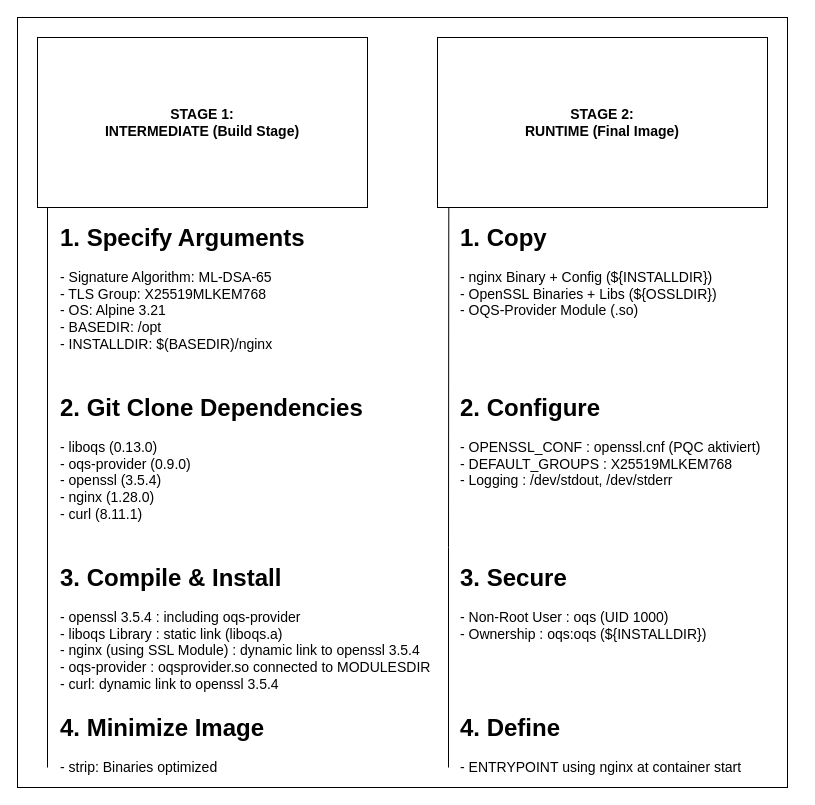
This is abbildungen/2 Stage Sidecarproxy Dockerfile.drawio from Rotot3x/MSc-Master-Thesis, a draw.io file, before an edit. Source tidied: cells renumbered, new cells numbered last; positions are measured from the earlier drawing's top-left corner, leaving out a move shared by most shapes. Both pictures are drawn from the tidied source at 100%, with x=0, y=0 at pixel (17, 17).
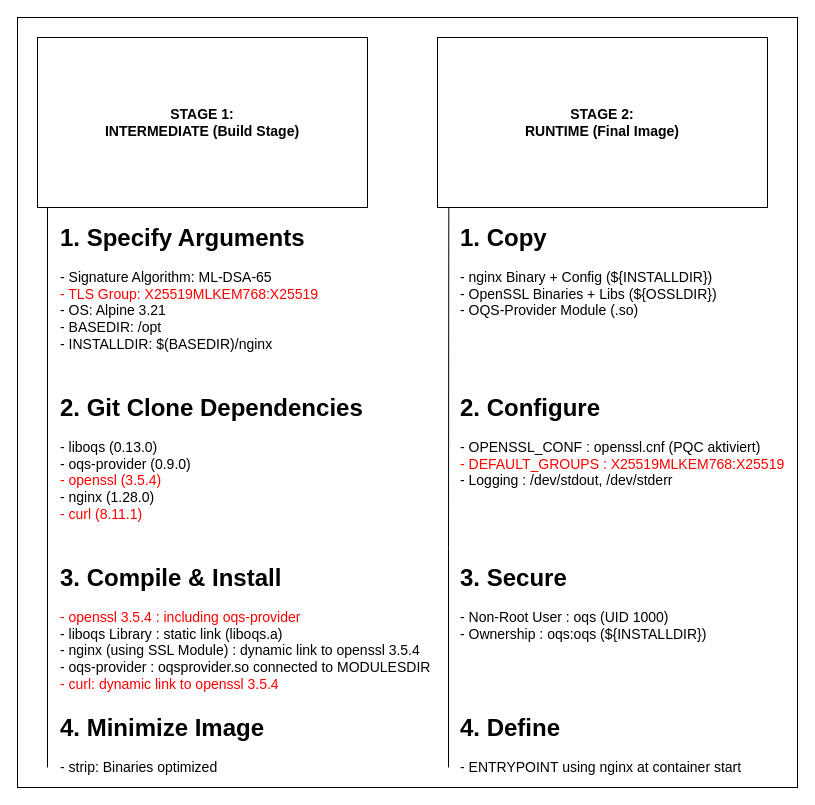
The same diagram, later.

What changed in the source:
```diff
@@
 <mxGraphModel>
   <root>
     <mxCell id="0" />
     <mxCell id="1" parent="0" />
     <mxCell id="2" style="rounded=0;whiteSpace=wrap;html=1;" parent="1" vertex="1">
-      <mxGeometry width="770" height="770" as="geometry" />
+      <mxGeometry width="780" height="770" as="geometry" />
     </mxCell>
     <mxCell id="3" style="edgeStyle=orthogonalEdgeStyle;rounded=0;orthogonalLoop=1;jettySize=auto;html=1;exitX=0.25;exitY=1;exitDx=0;exitDy=0;endArrow=none;endFill=0;" parent="1" edge="1">
       <mxGeometry relative="1" as="geometry">
         <mxPoint x="30" y="190" as="sourcePoint" />
         <mxPoint x="30" y="750" as="targetPoint" />
         <Array as="points">
           <mxPoint x="30" y="750" />
         </Array>
       </mxGeometry>
     </mxCell>
     <mxCell id="4" value="&lt;div&gt;&lt;font style=&quot;font-size: 14px;&quot;&gt;&lt;b&gt;STAGE 1:&lt;br&gt;INTERMEDIATE (Build Stage)&lt;/b&gt;&lt;/font&gt;&lt;/div&gt;" style="rounded=0;whiteSpace=wrap;html=1;" parent="1" vertex="1">
       <mxGeometry x="20" y="20" width="330" height="170" as="geometry" />
     </mxCell>
     <mxCell id="5" value="&lt;font style=&quot;font-size: 14px;&quot;&gt;&lt;b&gt;STAGE 2:&lt;br&gt;RUNTIME (Final Image)&lt;/b&gt;&lt;/font&gt;" style="rounded=0;whiteSpace=wrap;html=1;" parent="1" vertex="1">
       <mxGeometry x="420" y="20" width="330" height="170" as="geometry" />
     </mxCell>
-    <mxCell id="6" value="&lt;h1 style=&quot;margin-top: 0px;&quot;&gt;2. Git Clone Dependencies&lt;/h1&gt;&lt;p&gt;&lt;font style=&quot;font-size: 14px;&quot;&gt;- liboqs (0.13.0)&lt;br&gt;- oqs-provider (0.9.0)&lt;br&gt;- openssl (3.5.4)&lt;br&gt;- nginx (1.28.0)&lt;br&gt;- curl (8.11.1)&lt;/font&gt;&lt;/p&gt;" style="text;html=1;whiteSpace=wrap;overflow=hidden;rounded=0;" parent="1" vertex="1">
+    <mxCell id="6" value="&lt;h1 style=&quot;margin-top: 0px;&quot;&gt;2. Git Clone Dependencies&lt;/h1&gt;&lt;p&gt;&lt;font style=&quot;font-size: 14px;&quot;&gt;- liboqs (0.13.0)&lt;br&gt;- oqs-provider (0.9.0)&lt;br&gt;&lt;span style=&quot;color: rgb(255, 0, 0);&quot;&gt;- openssl (3.5.4)&lt;/span&gt;&lt;br&gt;- nginx (1.28.0)&lt;br&gt;&lt;span style=&quot;color: rgb(255, 0, 0);&quot;&gt;- curl (8.11.1)&lt;/span&gt;&lt;/font&gt;&lt;/p&gt;" style="text;html=1;whiteSpace=wrap;overflow=hidden;rounded=0;" parent="1" vertex="1">
       <mxGeometry x="41" y="370" width="390" height="160" as="geometry" />
     </mxCell>
-    <mxCell id="7" value="&lt;h1 style=&quot;margin-top: 0px;&quot;&gt;3. Compile &amp;amp; Install&lt;/h1&gt;&lt;p&gt;&lt;font style=&quot;font-size: 14px;&quot;&gt;- openssl 3.5.4 : including oqs-provider&lt;br&gt;- liboqs Library : static link (liboqs.a)&lt;br&gt;- nginx (using SSL Module) : dynamic link to openssl 3.5.4&lt;br&gt;- oqs-provider : oqsprovider.so connected to MODULESDIR&lt;br&gt;- curl: dynamic link to openssl 3.5.4&lt;/font&gt;&lt;/p&gt;" style="text;html=1;whiteSpace=wrap;overflow=hidden;rounded=0;" parent="1" vertex="1">
+    <mxCell id="7" value="&lt;h1 style=&quot;margin-top: 0px;&quot;&gt;3. Compile &amp;amp; Install&lt;/h1&gt;&lt;p&gt;&lt;font style=&quot;font-size: 14px;&quot;&gt;&lt;span style=&quot;color: rgb(255, 0, 0);&quot;&gt;- openssl 3.5.4 : including oqs-provider&lt;/span&gt;&lt;br&gt;- liboqs Library : static link (liboqs.a)&lt;br&gt;- nginx (using SSL Module) : dynamic link to openssl 3.5.4&lt;br&gt;- oqs-provider : oqsprovider.so connected to MODULESDIR&lt;br&gt;&lt;span style=&quot;color: rgb(255, 0, 0);&quot;&gt;- curl: dynamic link to openssl 3.5.4&lt;/span&gt;&lt;/font&gt;&lt;/p&gt;" style="text;html=1;whiteSpace=wrap;overflow=hidden;rounded=0;" parent="1" vertex="1">
       <mxGeometry x="41" y="540" width="390" height="140" as="geometry" />
     </mxCell>
     <mxCell id="8" value="&lt;h1 style=&quot;margin-top: 0px;&quot;&gt;4. Minimize Image&lt;/h1&gt;&lt;p&gt;&lt;font style=&quot;font-size: 14px;&quot;&gt;- strip: Binaries optimized&lt;/font&gt;&lt;/p&gt;" style="text;html=1;whiteSpace=wrap;overflow=hidden;rounded=0;" parent="1" vertex="1">
       <mxGeometry x="41" y="690" width="220" height="70" as="geometry" />
     </mxCell>
-    <mxCell id="9" value="&lt;h1 style=&quot;margin-top: 0px;&quot;&gt;1. Specify Arguments&lt;/h1&gt;&lt;p&gt;&lt;font style=&quot;font-size: 14px;&quot;&gt;- Signature Algorithm: ML-DSA-65&lt;br&gt;- TLS Group: X25519MLKEM768&lt;br&gt;- OS: Alpine 3.21&lt;br&gt;- BASEDIR: /opt&lt;br&gt;- INSTALLDIR: $(BASEDIR)/nginx&lt;/font&gt;&lt;/p&gt;" style="text;html=1;whiteSpace=wrap;overflow=hidden;rounded=0;" parent="1" vertex="1">
+    <mxCell id="9" value="&lt;h1 style=&quot;margin-top: 0px;&quot;&gt;1. Specify Arguments&lt;/h1&gt;&lt;p&gt;&lt;font style=&quot;font-size: 14px;&quot;&gt;- Signature Algorithm: ML-DSA-65&lt;span style=&quot;color: rgb(255, 0, 0);&quot;&gt;&lt;br&gt;- TLS Group: X25519MLKEM768:X25519&lt;/span&gt;&lt;br&gt;- OS: Alpine 3.21&lt;br&gt;- BASEDIR: /opt&lt;br&gt;- INSTALLDIR: $(BASEDIR)/nginx&lt;/font&gt;&lt;/p&gt;" style="text;html=1;whiteSpace=wrap;overflow=hidden;rounded=0;" parent="1" vertex="1">
       <mxGeometry x="41" y="200" width="390" height="160" as="geometry" />
     </mxCell>
     <mxCell id="10" value="&lt;h1 style=&quot;margin-top: 0px;&quot;&gt;1. Copy&lt;/h1&gt;&lt;p&gt;&lt;font style=&quot;font-size: 14px;&quot;&gt;- nginx Binary + Config (${INSTALLDIR})&lt;br&gt;- OpenSSL Binaries + Libs (${OSSLDIR})&lt;br&gt;- OQS-Provider Module (.so)&lt;/font&gt;&lt;/p&gt;" style="text;html=1;whiteSpace=wrap;overflow=hidden;rounded=0;" parent="1" vertex="1">
       <mxGeometry x="441" y="200" width="280" height="120" as="geometry" />
     </mxCell>
-    <mxCell id="11" value="&lt;h1 style=&quot;margin-top: 0px;&quot;&gt;2. Configure&lt;/h1&gt;&lt;p&gt;&lt;font style=&quot;font-size: 14px;&quot;&gt;- OPENSSL_CONF : openssl.cnf (PQC aktiviert)&lt;br&gt;- DEFAULT_GROUPS : X25519MLKEM768&lt;br&gt;- Logging : /dev/stdout, /dev/stderr&lt;/font&gt;&lt;/p&gt;" style="text;html=1;whiteSpace=wrap;overflow=hidden;rounded=0;" parent="1" vertex="1">
-      <mxGeometry x="441" y="370" width="310" height="140" as="geometry" />
+    <mxCell id="11" value="&lt;h1 style=&quot;margin-top: 0px;&quot;&gt;2. Configure&lt;/h1&gt;&lt;p&gt;&lt;font style=&quot;font-size: 14px;&quot;&gt;- OPENSSL_CONF : openssl.cnf (PQC aktiviert)&lt;br&gt;&lt;span style=&quot;color: rgb(255, 0, 0);&quot;&gt;- DEFAULT_GROUPS : X25519MLKEM768:X25519&lt;/span&gt;&lt;br&gt;- Logging : /dev/stdout, /dev/stderr&lt;/font&gt;&lt;/p&gt;" style="text;html=1;whiteSpace=wrap;overflow=hidden;rounded=0;" parent="1" vertex="1">
+      <mxGeometry x="441" y="370" width="329" height="140" as="geometry" />
     </mxCell>
     <mxCell id="12" value="&lt;h1 style=&quot;margin-top: 0px;&quot;&gt;3. Secure&lt;/h1&gt;&lt;p&gt;&lt;font style=&quot;font-size: 14px;&quot;&gt;- Non-Root User : oqs (UID 1000)&lt;br&gt;- Ownership : oqs:oqs (${INSTALLDIR})&lt;/font&gt;&lt;/p&gt;" style="text;html=1;whiteSpace=wrap;overflow=hidden;rounded=0;" parent="1" vertex="1">
       <mxGeometry x="441" y="540" width="270" height="140" as="geometry" />
     </mxCell>
     <mxCell id="13" style="edgeStyle=orthogonalEdgeStyle;rounded=0;orthogonalLoop=1;jettySize=auto;html=1;entryX=0.116;entryY=1.003;entryDx=0;entryDy=0;entryPerimeter=0;startArrow=none;startFill=0;endArrow=none;endFill=0;" parent="1" edge="1">
       <mxGeometry relative="1" as="geometry">
         <mxPoint x="431" y="750" as="sourcePoint" />
         <mxPoint x="431.3" y="190.5" as="targetPoint" />
         <Array as="points">
           <mxPoint x="431" y="530" />
         </Array>
       </mxGeometry>
     </mxCell>
     <mxCell id="14" value="&lt;h1 style=&quot;margin-top: 0px;&quot;&gt;4. Define&lt;/h1&gt;&lt;p&gt;&lt;font style=&quot;font-size: 14px;&quot;&gt;-&lt;font&gt;&amp;nbsp;ENTRYPOINT using nginx at container start&lt;/font&gt;&lt;/font&gt;&lt;/p&gt;" style="text;html=1;whiteSpace=wrap;overflow=hidden;rounded=0;" parent="1" vertex="1">
       <mxGeometry x="441" y="690" width="300" height="70" as="geometry" />
     </mxCell>
   </root>
 </mxGraphModel>
```
